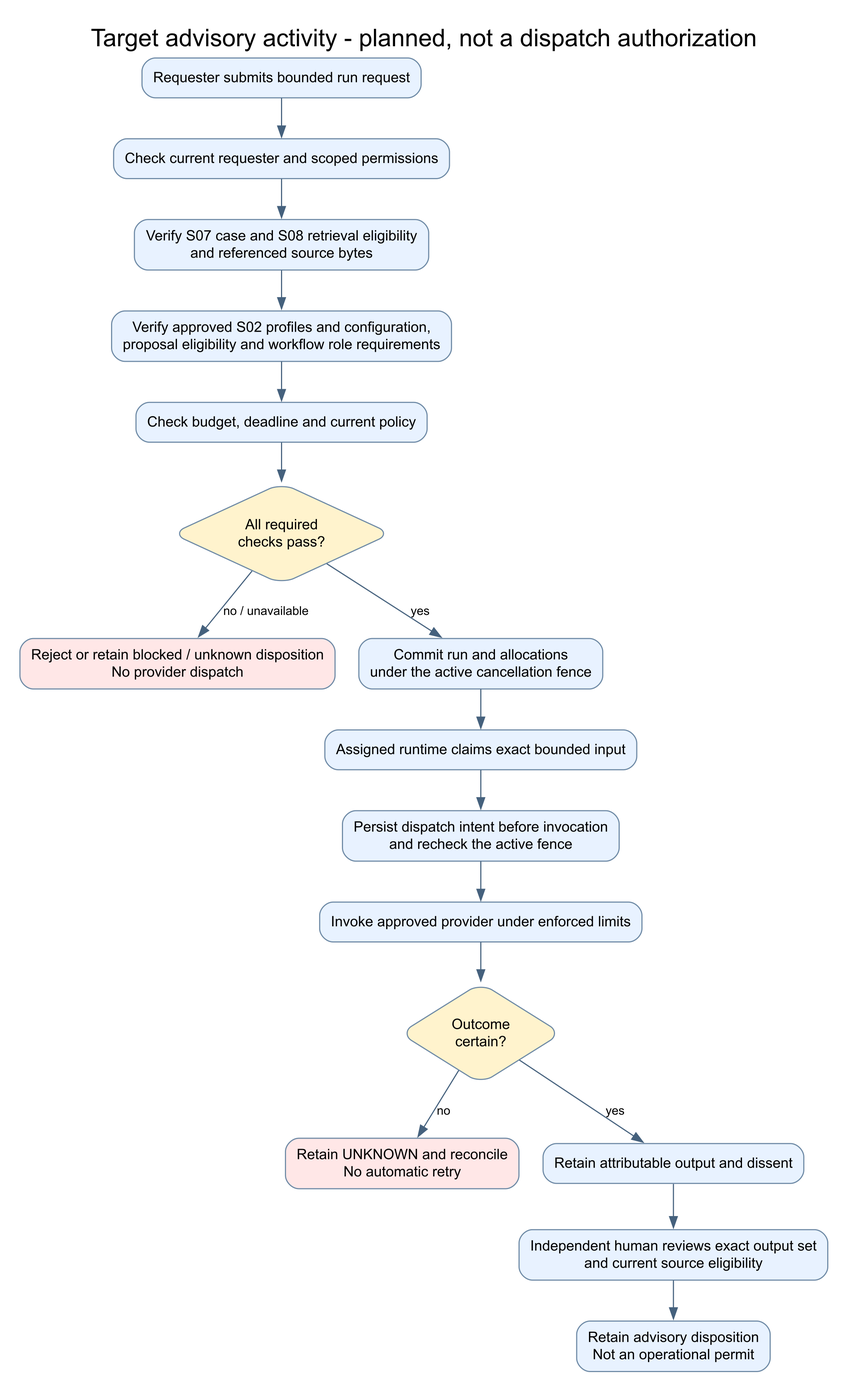
fenoch4real/uacrf-unified-adaptive-cloud-resilience-framework keeps this Graphviz diagram as design/ms01/diagrams/advisory_activity.png. Above is the earlier version. Its source is kept beside it as design/ms01/diagrams/advisory_activity.dot. Its diagram source:
```dot
digraph AdvisoryActivity {
  graph [label="Target advisory activity - planned, not a dispatch authorization", labelloc=t, fontsize=22, fontname="Arial", rankdir=TB, bgcolor="white", pad=0.25, nodesep=0.3];
  node [shape=box, style="rounded,filled", fillcolor="#e8f2ff", color="#6d89a5", fontname="Arial", fontsize=13, margin="0.14,0.10"];
  edge [fontname="Arial", fontsize=11, color="#45617d"];
  start [label="Requester submits bounded run request"];
  access [label="Check current requester and scoped permissions"];
  sources [label="Verify S07 case and S08 retrieval eligibility\nand referenced source bytes"];
  profiles [label="Verify approved S02 profiles and configuration,\nproposal eligibility and workflow role requirements"];
  limits [label="Check budget, deadline and current policy"];
  gate [shape=diamond, label="All required\nchecks pass?", fillcolor="#fff3cd"];
  stop [label="Reject or retain blocked / unknown disposition\nNo provider dispatch", fillcolor="#ffe7e7"];
  admit [label="Commit run and allocations\nunder the active cancellation fence"];
  claim [label="Assigned runtime claims exact bounded input"];
  intent [label="Persist dispatch intent before invocation\nand recheck the active fence"];
  dispatch [label="Invoke approved provider under enforced limits"];
  outcome [shape=diamond, label="Outcome\ncertain?", fillcolor="#fff3cd"];
  reconcile [label="Retain UNKNOWN and reconcile\nNo automatic retry", fillcolor="#ffe7e7"];
  retain [label="Retain attributable output and dissent"];
  review [label="Independent human reviews exact output set\nand current source eligibility"];
  advisory [label="Retain advisory disposition\nNot an operational permit"];
  start -> access -> sources -> profiles -> limits -> gate;
  gate -> stop [label="no / unavailable"];
  gate -> admit [label="yes"];
  admit -> claim -> intent -> dispatch -> outcome;
  outcome -> reconcile [label="no"];
  outcome -> retain [label="yes"];
  retain -> review -> advisory;
}
```
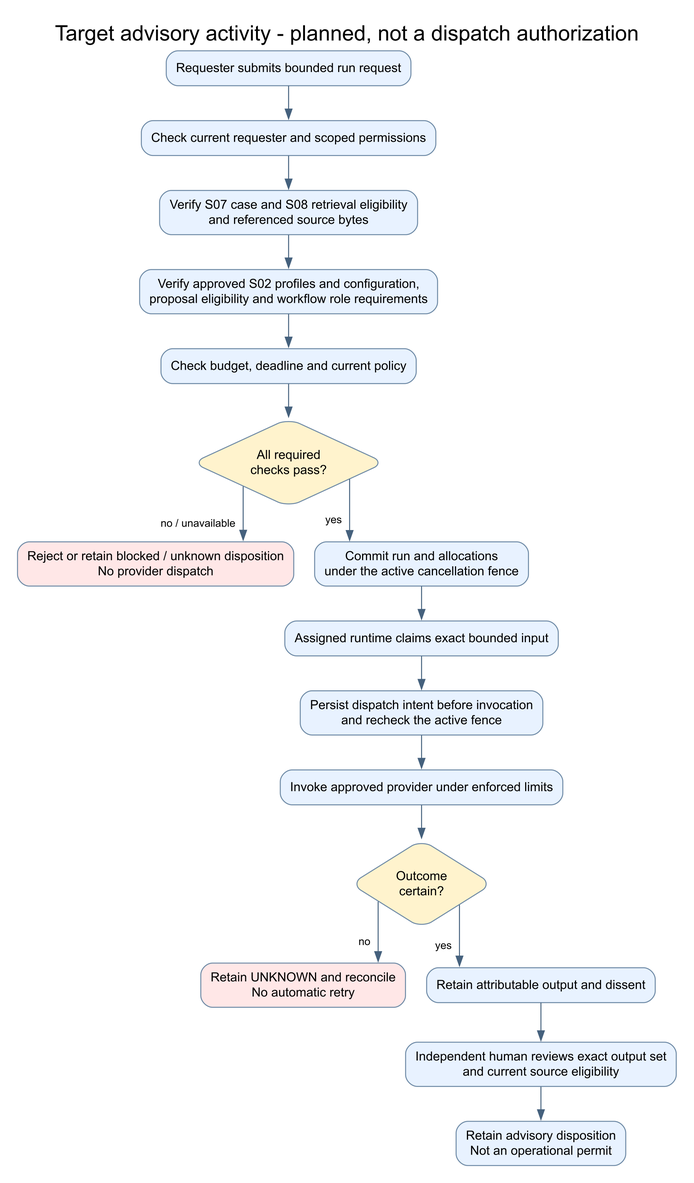
Later version of the same file.

The edit, as a diff of the source:
```diff
@@ -1,5 +1,5 @@
 digraph AdvisoryActivity {
-  graph [label="Target advisory activity - planned, not a dispatch authorization", labelloc=t, fontsize=22, fontname="Arial", rankdir=TB, bgcolor="white", pad=0.25, nodesep=0.3];
+  graph [label="Target advisory activity - planned, not a dispatch authorization", labelloc=t, fontsize=22, fontname="Arial", rankdir=TB, bgcolor="white", pad=0.25, nodesep=0.3, splines=ortho];
   node [shape=box, style="rounded,filled", fillcolor="#e8f2ff", color="#6d89a5", fontname="Arial", fontsize=13, margin="0.14,0.10"];
   edge [fontname="Arial", fontsize=11, color="#45617d"];
   start [label="Requester submits bounded run request"];
@@ -19,10 +19,10 @@
   review [label="Independent human reviews exact output set\nand current source eligibility"];
   advisory [label="Retain advisory disposition\nNot an operational permit"];
   start -> access -> sources -> profiles -> limits -> gate;
-  gate -> stop [label="no / unavailable"];
-  gate -> admit [label="yes"];
+  gate -> stop [xlabel=<<TABLE BORDER="0" CELLBORDER="0" CELLPADDING="6"><TR><TD>no / unavailable</TD></TR></TABLE>>];
+  gate -> admit [xlabel=<<TABLE BORDER="0" CELLBORDER="0" CELLPADDING="6"><TR><TD>yes</TD></TR></TABLE>>];
   admit -> claim -> intent -> dispatch -> outcome;
-  outcome -> reconcile [label="no"];
-  outcome -> retain [label="yes"];
+  outcome -> reconcile [xlabel=<<TABLE BORDER="0" CELLBORDER="0" CELLPADDING="6"><TR><TD>no</TD></TR></TABLE>>];
+  outcome -> retain [xlabel=<<TABLE BORDER="0" CELLBORDER="0" CELLPADDING="6"><TR><TD>yes</TD></TR></TABLE>>];
   retain -> review -> advisory;
 }
```
